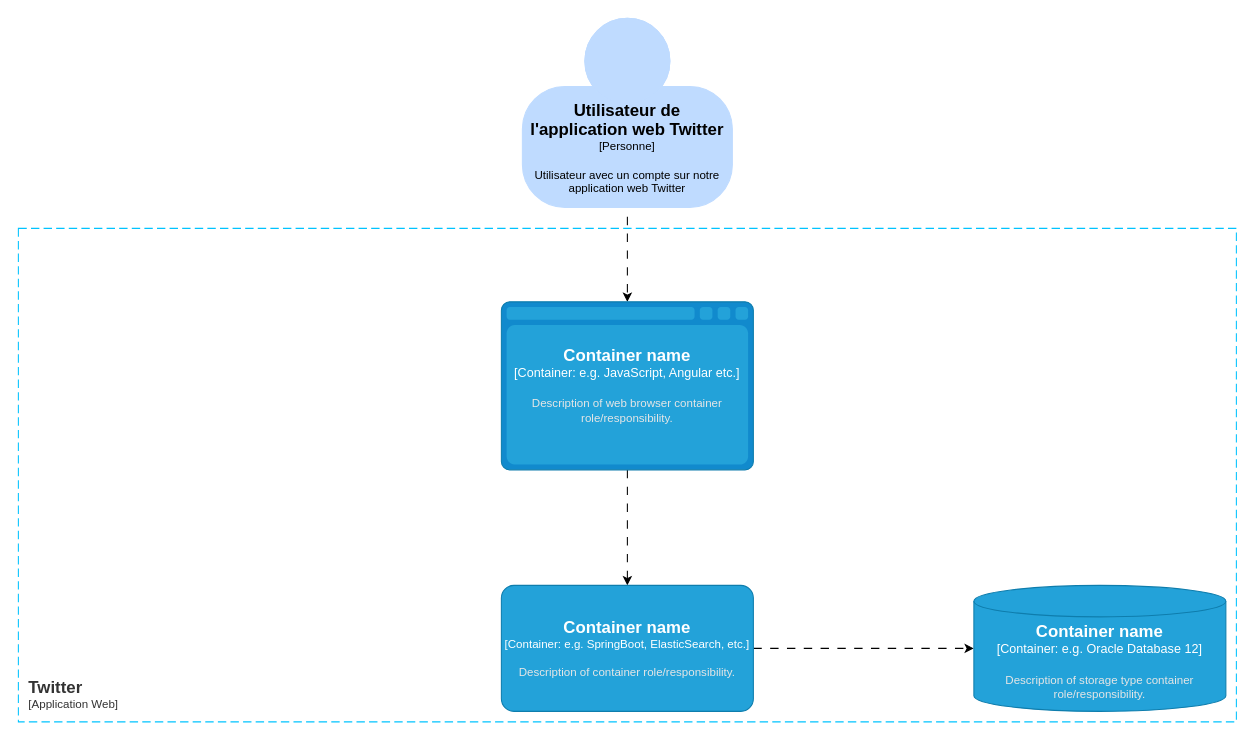
Above: page "Container" (2 of 4) of Project_API_Twitter.drawio in Muking3/Project_API_Twitter (draw.io), before the change. Source tidied: cells renumbered, new cells numbered last; positions are measured from the earlier drawing's top-left corner, leaving out a move shared by most shapes. Both pictures are drawn from the tidied source at 105%, with x=0, y=0 at pixel (18, 18).
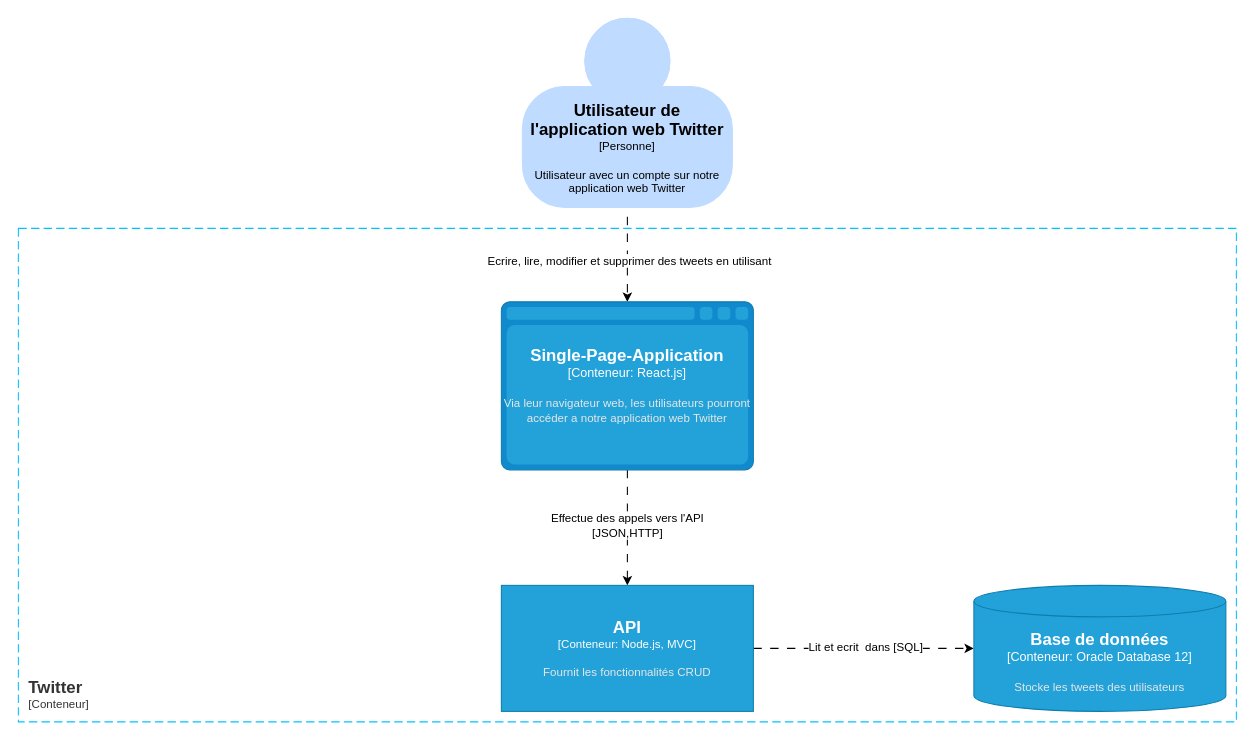
The same page after the edit.

The edit, as a diff of the source:
```diff
@@
 <mxGraphModel>
   <root>
     <mxCell id="0" />
     <mxCell id="1" parent="0" />
     <mxCell id="2" style="edgeStyle=orthogonalEdgeStyle;rounded=0;jettySize=auto;html=1;dashed=1;dashPattern=8 8;" parent="1" edge="1" source="3" target="6">
       <mxGeometry relative="1" as="geometry" />
     </mxCell>
+    <mxCell id="10" value="Ecrire, lire, modifier et supprimer des tweets en utilisant" style="edgeLabel;html=1;align=center;verticalAlign=middle;" parent="2" vertex="1">
+      <mxGeometry x="0.01" y="1" relative="1" as="geometry" />
+    </mxCell>
     <object id="3" label="&lt;font style=&quot;font-size: 16px&quot;&gt;&lt;b&gt;%c4Name%&lt;/b&gt;&lt;/font&gt;&lt;div&gt;[%c4Type%]&lt;/div&gt;&lt;br&gt;&lt;div&gt;&lt;font style=&quot;font-size: 11px&quot;&gt;&lt;font&gt;%c4Description%&lt;/font&gt;&lt;/font&gt;&lt;/div&gt;" c4Description="Utilisateur avec un compte sur notre application web Twitter" c4Name="Utilisateur de l'application web Twitter" c4Type="Personne" placeholders="1">
       <mxCell style="html=1;fontSize=11;dashed=0;whiteSpace=wrap;shape=mxgraph.c4.person2;align=center;points=[[0.5,0,0],[1,0.5,0],[1,0.75,0],[0.75,1,0],[0.5,1,0],[0.25,1,0],[0,0.75,0],[0,0.5,0]];strokeColor=#BFDBFF;fillColor=#BFDBFF;fontColor=#000000;perimeterSpacing=9;" parent="1" vertex="1">
         <mxGeometry x="480" width="200" height="180" as="geometry" />
       </mxCell>
     </object>
-    <object id="4" label="&lt;font style=&quot;font-size: 16px&quot;&gt;&lt;b&gt;&lt;div style=&quot;text-align: left&quot;&gt;%c4Name%&lt;/div&gt;&lt;/b&gt;&lt;/font&gt;&lt;div style=&quot;text-align: left&quot;&gt;[%c4Application%]&lt;/div&gt;" c4Application="Application Web" c4Name="Twitter" placeholders="1">
+    <object id="4" label="&lt;font style=&quot;font-size: 16px&quot;&gt;&lt;b&gt;&lt;div style=&quot;text-align: left&quot;&gt;%c4Name%&lt;/div&gt;&lt;/b&gt;&lt;/font&gt;&lt;div style=&quot;text-align: left&quot;&gt;[%c4Application%]&lt;/div&gt;" c4Application="Conteneur" c4Name="Twitter" placeholders="1">
       <mxCell style="rounded=0;fontSize=11;whiteSpace=wrap;html=1;dashed=1;arcSize=20;fillColor=none;strokeColor=#00C3FF;fontColor=#333333;labelBackgroundColor=none;align=left;verticalAlign=bottom;labelBorderColor=none;spacingTop=0;spacing=10;dashPattern=8 4;perimeter=rectanglePerimeter;noLabel=0;labelPadding=0;absoluteArcSize=1;" parent="1" vertex="1">
         <mxGeometry y="200" width="1160" height="470" as="geometry" />
       </mxCell>
     </object>
     <mxCell id="5" style="edgeStyle=orthogonalEdgeStyle;rounded=0;jettySize=auto;html=1;dashed=1;dashPattern=8 8;" parent="1" edge="1" source="6" target="8">
       <mxGeometry relative="1" as="geometry" />
     </mxCell>
+    <mxCell id="11" value="Effectue des appels vers l'API&lt;br&gt;[JSON,HTTP]" style="edgeLabel;html=1;align=center;verticalAlign=middle;" parent="5" vertex="1">
+      <mxGeometry x="-0.06" y="-1" relative="1" as="geometry" />
+    </mxCell>
-    <object id="6" label="&lt;font style=&quot;font-size: 16px&quot;&gt;&lt;b&gt;%c4Type%&lt;/b&gt;&lt;/font&gt;&lt;div&gt;[%c4Container%:&amp;nbsp;%c4Technology%]&lt;/div&gt;&lt;br&gt;&lt;div&gt;&lt;font style=&quot;font-size: 11px&quot;&gt;&lt;font color=&quot;#E6E6E6&quot;&gt;%c4Description%&lt;/font&gt;&lt;/div&gt;" c4Container="Container" c4Description="Description of web browser container role/responsibility." c4Technology="e.g. JavaScript, Angular etc." c4Type="Container name" placeholders="1">
+    <object id="6" label="&lt;font style=&quot;font-size: 16px&quot;&gt;&lt;b&gt;%c4Type%&lt;/b&gt;&lt;/font&gt;&lt;div&gt;[%c4Container%:&amp;nbsp;%c4Technology%]&lt;/div&gt;&lt;br&gt;&lt;div&gt;&lt;font style=&quot;font-size: 11px&quot;&gt;&lt;font color=&quot;#E6E6E6&quot;&gt;%c4Description%&lt;/font&gt;&lt;/div&gt;" c4Container="Conteneur" c4Description="Via leur navigateur web, les utilisateurs pourront accéder a notre application web Twitter" c4Technology="React.js" c4Type="Single-Page-Application" placeholders="1">
       <mxCell style="shape=mxgraph.c4.webBrowserContainer2;whiteSpace=wrap;html=1;boundedLbl=1;rounded=0;labelBackgroundColor=none;strokeColor=#118ACD;fillColor=#23A2D9;strokeColor=#118ACD;strokeColor2=#0E7DAD;fontSize=12;fontColor=#ffffff;align=center;points=[[0.5,0,0],[1,0.25,0],[1,0.5,0],[1,0.75,0],[0.5,1,0],[0,0.75,0],[0,0.5,0],[0,0.25,0]];" parent="1" vertex="1">
         <mxGeometry x="460" y="270" width="240" height="160" as="geometry" />
       </mxCell>
     </object>
     <mxCell id="7" style="edgeStyle=orthogonalEdgeStyle;rounded=0;jettySize=auto;html=1;dashed=1;dashPattern=8 8;" parent="1" edge="1" source="8" target="9">
       <mxGeometry relative="1" as="geometry" />
     </mxCell>
+    <mxCell id="12" value="Lit et ecrit&amp;nbsp; dans [SQL]" style="edgeLabel;html=1;align=center;verticalAlign=middle;" parent="7" vertex="1">
+      <mxGeometry x="0.01" y="2" relative="1" as="geometry" />
+    </mxCell>
-    <object id="8" label="&lt;font style=&quot;font-size: 16px&quot;&gt;&lt;b&gt;%c4Name%&lt;/b&gt;&lt;/font&gt;&lt;div&gt;[%c4Type%: %c4Technology%]&lt;/div&gt;&lt;br&gt;&lt;div&gt;&lt;font style=&quot;font-size: 11px&quot;&gt;&lt;font color=&quot;#E6E6E6&quot;&gt;%c4Description%&lt;/font&gt;&lt;/div&gt;" c4Description="Description of container role/responsibility." c4Name="Container name" c4Technology="e.g. SpringBoot, ElasticSearch, etc." c4Type="Container" placeholders="1">
-      <mxCell style="rounded=1;whiteSpace=wrap;html=1;fontSize=11;labelBackgroundColor=none;fillColor=#23A2D9;fontColor=#ffffff;align=center;arcSize=10;strokeColor=#0E7DAD;points=[[0.25,0,0],[0.5,0,0],[0.75,0,0],[1,0.25,0],[1,0.5,0],[1,0.75,0],[0.75,1,0],[0.5,1,0],[0.25,1,0],[0,0.75,0],[0,0.5,0],[0,0.25,0]];" parent="1" vertex="1">
+    <object id="8" label="&lt;font style=&quot;font-size: 16px&quot;&gt;&lt;b&gt;%c4Name%&lt;/b&gt;&lt;/font&gt;&lt;div&gt;[%c4Type%: %c4Technology%]&lt;/div&gt;&lt;br&gt;&lt;div&gt;&lt;font style=&quot;font-size: 11px&quot;&gt;&lt;font color=&quot;#E6E6E6&quot;&gt;%c4Description%&lt;/font&gt;&lt;/div&gt;" c4Description="Fournit les fonctionnalités CRUD" c4Name="API" c4Technology="Node.js, MVC" c4Type="Conteneur" placeholders="1">
+      <mxCell style="rounded=1;whiteSpace=wrap;html=1;fontSize=11;labelBackgroundColor=none;fillColor=#23A2D9;fontColor=#ffffff;align=center;arcSize=0;strokeColor=#0E7DAD;points=[[0.25,0,0],[0.5,0,0],[0.75,0,0],[1,0.25,0],[1,0.5,0],[1,0.75,0],[0.75,1,0],[0.5,1,0],[0.25,1,0],[0,0.75,0],[0,0.5,0],[0,0.25,0]];" parent="1" vertex="1">
         <mxGeometry x="460" y="540" width="240" height="120" as="geometry" />
       </mxCell>
     </object>
-    <object id="9" label="&lt;font style=&quot;font-size: 16px&quot;&gt;&lt;b&gt;%c4Type%&lt;/b&gt;&lt;/font&gt;&lt;div&gt;[%c4Container%:&amp;nbsp;%c4Technology%]&lt;/div&gt;&lt;br&gt;&lt;div&gt;&lt;font style=&quot;font-size: 11px&quot;&gt;&lt;font color=&quot;#E6E6E6&quot;&gt;%c4Description%&lt;/font&gt;&lt;/div&gt;" c4Container="Container" c4Description="Description of storage type container role/responsibility." c4Technology="e.g. Oracle Database 12" c4Type="Container name" placeholders="1">
+    <object id="9" label="&lt;font style=&quot;font-size: 16px&quot;&gt;&lt;b&gt;%c4Type%&lt;/b&gt;&lt;/font&gt;&lt;div&gt;[%c4Container%:&amp;nbsp;%c4Technology%]&lt;/div&gt;&lt;br&gt;&lt;div&gt;&lt;font style=&quot;font-size: 11px&quot;&gt;&lt;font color=&quot;#E6E6E6&quot;&gt;%c4Description%&lt;/font&gt;&lt;/div&gt;" c4Container="Conteneur" c4Description="Stocke les tweets des utilisateurs" c4Technology="Oracle Database 12" c4Type="Base de données" placeholders="1">
       <mxCell style="shape=cylinder3;size=15;whiteSpace=wrap;html=1;boundedLbl=1;rounded=0;labelBackgroundColor=none;fillColor=#23A2D9;fontSize=12;fontColor=#ffffff;align=center;strokeColor=#0E7DAD;points=[[0.5,0,0],[1,0.25,0],[1,0.5,0],[1,0.75,0],[0.5,1,0],[0,0.75,0],[0,0.5,0],[0,0.25,0]];" parent="1" vertex="1">
         <mxGeometry x="910" y="540" width="240" height="120" as="geometry" />
       </mxCell>
     </object>
   </root>
 </mxGraphModel>
```
